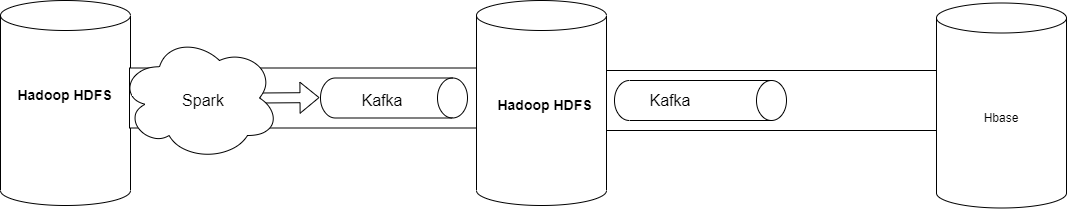
Above: bigdata.png in rihemebh/bigdata-pipeline (draw.io), before the change. Source tidied: cells renumbered, new cells last; positions are measured from the earlier drawing's top-left corner, leaving out a move shared by most shapes. Its diagram source:
```xml
<mxGraphModel>
  <root>
    <mxCell id="0" />
    <mxCell id="1" parent="0" />
    <mxCell id="2" style="shape=cylinder3;whiteSpace=wrap;html=1;boundedLbl=1;backgroundOutline=1;size=15;" parent="1" vertex="1">
      <mxGeometry width="130" height="205" as="geometry" />
    </mxCell>
    <mxCell id="3" style="rounded=0;whiteSpace=wrap;html=1;" parent="1" vertex="1">
      <mxGeometry x="129" y="67.5" width="347" height="60" as="geometry" />
    </mxCell>
    <mxCell id="4" style="shape=cylinder3;whiteSpace=wrap;html=1;boundedLbl=1;backgroundOutline=1;size=15;" parent="1" vertex="1">
      <mxGeometry x="476" width="130" height="205" as="geometry" />
    </mxCell>
    <mxCell id="5" value="&lt;font style=&quot;font-size: 14px;&quot;&gt;&lt;b&gt;Hadoop HDFS&lt;/b&gt;&lt;/font&gt;" style="text;html=1;align=center;verticalAlign=middle;fillColor=none;strokeColor=none;rounded=0;" parent="1" vertex="1">
      <mxGeometry x="9" y="85" width="110" height="20" as="geometry" />
    </mxCell>
    <mxCell id="6" value="&lt;font style=&quot;font-size: 14px;&quot;&gt;&lt;b&gt;Hadoop HDFS&lt;/b&gt;&lt;/font&gt;" style="text;html=1;align=center;verticalAlign=middle;fillColor=none;strokeColor=none;rounded=0;" parent="1" vertex="1">
      <mxGeometry x="489" y="95" width="110" height="20" as="geometry" />
    </mxCell>
    <mxCell id="7" value="&lt;span style=&quot;color: rgba(0, 0, 0, 0); font-family: monospace; font-size: 0px; text-align: start;&quot;&gt;%3CmxGraphModel%3E%3Croot%3E%3CmxCell%20id%3D%220%22%2F%3E%3CmxCell%20id%3D%221%22%20parent%3D%220%22%2F%3E%3CmxCell%20id%3D%222%22%20value%3D%22%22%20style%3D%22shape%3Dcylinder3%3BwhiteSpace%3Dwrap%3Bhtml%3D1%3BboundedLbl%3D1%3BbackgroundOutline%3D1%3Bsize%3D15%3BfontSize%3D16%3Bdirection%3Dsouth%3B%22%20vertex%3D%221%22%20parent%3D%221%22%3E%3CmxGeometry%20x%3D%2264%22%20y%3D%2222.5%22%20width%3D%22147%22%20height%3D%2240%22%20as%3D%22geometry%22%2F%3E%3C%2FmxCell%3E%3C%2Froot%3E%3C%2FmxGraphModel%3E&lt;/span&gt;" style="shape=cylinder3;whiteSpace=wrap;html=1;boundedLbl=1;backgroundOutline=1;size=15;fontSize=16;direction=south;" parent="1" vertex="1">
      <mxGeometry x="320" y="77.5" width="147" height="40" as="geometry" />
    </mxCell>
    <mxCell id="8" value="Kafka" style="text;html=1;strokeColor=none;fillColor=none;align=center;verticalAlign=middle;whiteSpace=wrap;rounded=0;fontSize=16;" parent="1" vertex="1">
      <mxGeometry x="352" y="85" width="60" height="30" as="geometry" />
    </mxCell>
    <mxCell id="9" style="shape=flexArrow;endArrow=classic;html=1;rounded=0;fontSize=16;exitX=0.875;exitY=0.5;exitDx=0;exitDy=0;exitPerimeter=0;" parent="1" edge="1" source="10">
      <mxGeometry relative="1" as="geometry">
        <mxPoint x="319" y="97.1" as="targetPoint" />
      </mxGeometry>
    </mxCell>
    <mxCell id="10" style="ellipse;shape=cloud;whiteSpace=wrap;html=1;" parent="1" vertex="1">
      <mxGeometry x="119" y="35" width="160" height="125" as="geometry" />
    </mxCell>
    <mxCell id="11" value="&lt;font style=&quot;font-size: 16px;&quot;&gt;Spark&lt;/font&gt;" style="text;html=1;strokeColor=none;fillColor=none;align=center;verticalAlign=middle;whiteSpace=wrap;rounded=0;" parent="1" vertex="1">
      <mxGeometry x="173" y="85" width="60" height="30" as="geometry" />
    </mxCell>
    <mxCell id="12" value="Hbase" style="shape=cylinder3;whiteSpace=wrap;html=1;boundedLbl=1;backgroundOutline=1;size=15;" parent="1" vertex="1">
      <mxGeometry x="936" y="2.5" width="130" height="205" as="geometry" />
    </mxCell>
    <mxCell id="13" value="0" style="rounded=0;whiteSpace=wrap;html=1;" parent="1" vertex="1">
      <mxGeometry x="605" y="70" width="330" height="60" as="geometry" />
    </mxCell>
    <mxCell id="14" style="shape=cylinder3;whiteSpace=wrap;html=1;boundedLbl=1;backgroundOutline=1;size=15;fontSize=16;direction=south;" parent="1" vertex="1">
      <mxGeometry x="614" y="80" width="172" height="40" as="geometry" />
    </mxCell>
    <mxCell id="15" value="Kafka" style="text;html=1;strokeColor=none;fillColor=none;align=center;verticalAlign=middle;whiteSpace=wrap;rounded=0;fontSize=16;" parent="1" vertex="1">
      <mxGeometry x="640" y="85" width="60" height="30" as="geometry" />
    </mxCell>
  </root>
</mxGraphModel>
```
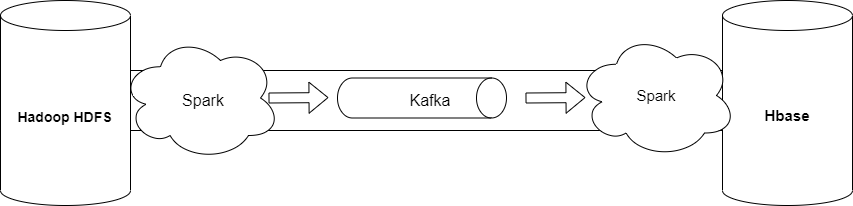
The same diagram one commit later.

What changed in the source:
```diff
@@ -6,45 +6,40 @@
       <mxGeometry width="130" height="205" as="geometry" />
     </mxCell>
     <mxCell id="3" style="rounded=0;whiteSpace=wrap;html=1;" parent="1" vertex="1">
-      <mxGeometry x="129" y="67.5" width="347" height="60" as="geometry" />
+      <mxGeometry x="130" y="70" width="597" height="60" as="geometry" />
     </mxCell>
-    <mxCell id="4" style="shape=cylinder3;whiteSpace=wrap;html=1;boundedLbl=1;backgroundOutline=1;size=15;" parent="1" vertex="1">
-      <mxGeometry x="476" width="130" height="205" as="geometry" />
-    </mxCell>
     <mxCell id="5" value="&lt;font style=&quot;font-size: 14px;&quot;&gt;&lt;b&gt;Hadoop HDFS&lt;/b&gt;&lt;/font&gt;" style="text;html=1;align=center;verticalAlign=middle;fillColor=none;strokeColor=none;rounded=0;" parent="1" vertex="1">
-      <mxGeometry x="9" y="85" width="110" height="20" as="geometry" />
+      <mxGeometry x="9" y="107" width="110" height="20" as="geometry" />
     </mxCell>
-    <mxCell id="6" value="&lt;font style=&quot;font-size: 14px;&quot;&gt;&lt;b&gt;Hadoop HDFS&lt;/b&gt;&lt;/font&gt;" style="text;html=1;align=center;verticalAlign=middle;fillColor=none;strokeColor=none;rounded=0;" parent="1" vertex="1">
-      <mxGeometry x="489" y="95" width="110" height="20" as="geometry" />
-    </mxCell>
     <mxCell id="7" value="&lt;span style=&quot;color: rgba(0, 0, 0, 0); font-family: monospace; font-size: 0px; text-align: start;&quot;&gt;%3CmxGraphModel%3E%3Croot%3E%3CmxCell%20id%3D%220%22%2F%3E%3CmxCell%20id%3D%221%22%20parent%3D%220%22%2F%3E%3CmxCell%20id%3D%222%22%20value%3D%22%22%20style%3D%22shape%3Dcylinder3%3BwhiteSpace%3Dwrap%3Bhtml%3D1%3BboundedLbl%3D1%3BbackgroundOutline%3D1%3Bsize%3D15%3BfontSize%3D16%3Bdirection%3Dsouth%3B%22%20vertex%3D%221%22%20parent%3D%221%22%3E%3CmxGeometry%20x%3D%2264%22%20y%3D%2222.5%22%20width%3D%22147%22%20height%3D%2240%22%20as%3D%22geometry%22%2F%3E%3C%2FmxCell%3E%3C%2Froot%3E%3C%2FmxGraphModel%3E&lt;/span&gt;" style="shape=cylinder3;whiteSpace=wrap;html=1;boundedLbl=1;backgroundOutline=1;size=15;fontSize=16;direction=south;" parent="1" vertex="1">
-      <mxGeometry x="320" y="77.5" width="147" height="40" as="geometry" />
+      <mxGeometry x="337" y="77.5" width="169" height="40" as="geometry" />
     </mxCell>
     <mxCell id="8" value="Kafka" style="text;html=1;strokeColor=none;fillColor=none;align=center;verticalAlign=middle;whiteSpace=wrap;rounded=0;fontSize=16;" parent="1" vertex="1">
-      <mxGeometry x="352" y="85" width="60" height="30" as="geometry" />
+      <mxGeometry x="400" y="85" width="60" height="30" as="geometry" />
     </mxCell>
-    <mxCell id="9" style="shape=flexArrow;endArrow=classic;html=1;rounded=0;fontSize=16;exitX=0.875;exitY=0.5;exitDx=0;exitDy=0;exitPerimeter=0;" parent="1" edge="1" source="10">
+    <mxCell id="9" style="shape=flexArrow;endArrow=classic;html=1;rounded=0;fontSize=16;exitX=0.875;exitY=0.5;exitDx=0;exitDy=0;exitPerimeter=0;" parent="1" edge="1">
       <mxGeometry relative="1" as="geometry">
-        <mxPoint x="319" y="97.1" as="targetPoint" />
+        <mxPoint x="268" y="97.5" as="sourcePoint" />
+        <mxPoint x="328" y="97.1" as="targetPoint" />
       </mxGeometry>
     </mxCell>
     <mxCell id="10" style="ellipse;shape=cloud;whiteSpace=wrap;html=1;" parent="1" vertex="1">
-      <mxGeometry x="119" y="35" width="160" height="125" as="geometry" />
+      <mxGeometry x="120" y="35" width="160" height="125" as="geometry" />
     </mxCell>
     <mxCell id="11" value="&lt;font style=&quot;font-size: 16px;&quot;&gt;Spark&lt;/font&gt;" style="text;html=1;strokeColor=none;fillColor=none;align=center;verticalAlign=middle;whiteSpace=wrap;rounded=0;" parent="1" vertex="1">
       <mxGeometry x="173" y="85" width="60" height="30" as="geometry" />
     </mxCell>
-    <mxCell id="12" value="Hbase" style="shape=cylinder3;whiteSpace=wrap;html=1;boundedLbl=1;backgroundOutline=1;size=15;" parent="1" vertex="1">
-      <mxGeometry x="936" y="2.5" width="130" height="205" as="geometry" />
+    <mxCell id="12" value="&lt;font style=&quot;font-size: 15px;&quot;&gt;&lt;b&gt;Hbase&lt;/b&gt;&lt;/font&gt;" style="shape=cylinder3;whiteSpace=wrap;html=1;boundedLbl=1;backgroundOutline=1;size=15;" parent="1" vertex="1">
+      <mxGeometry x="722" width="130" height="205" as="geometry" />
     </mxCell>
-    <mxCell id="13" value="0" style="rounded=0;whiteSpace=wrap;html=1;" parent="1" vertex="1">
-      <mxGeometry x="605" y="70" width="330" height="60" as="geometry" />
-    </mxCell>
-    <mxCell id="14" style="shape=cylinder3;whiteSpace=wrap;html=1;boundedLbl=1;backgroundOutline=1;size=15;fontSize=16;direction=south;" parent="1" vertex="1">
-      <mxGeometry x="614" y="80" width="172" height="40" as="geometry" />
-    </mxCell>
-    <mxCell id="15" value="Kafka" style="text;html=1;strokeColor=none;fillColor=none;align=center;verticalAlign=middle;whiteSpace=wrap;rounded=0;fontSize=16;" parent="1" vertex="1">
-      <mxGeometry x="640" y="85" width="60" height="30" as="geometry" />
-    </mxCell>
+    <mxCell id="16" style="shape=flexArrow;endArrow=classic;html=1;rounded=0;fontSize=16;exitX=0.875;exitY=0.5;exitDx=0;exitDy=0;exitPerimeter=0;" parent="1" edge="1">
+      <mxGeometry relative="1" as="geometry">
+        <mxPoint x="525" y="97.5" as="sourcePoint" />
+        <mxPoint x="585" y="97.1" as="targetPoint" />
+      </mxGeometry>
+    </mxCell>
+    <mxCell id="17" value="&lt;font style=&quot;font-size: 15px;&quot;&gt;Spark&lt;/font&gt;" style="ellipse;shape=cloud;whiteSpace=wrap;html=1;" parent="1" vertex="1">
+      <mxGeometry x="576" y="32.5" width="160" height="125" as="geometry" />
+    </mxCell>
   </root>
 </mxGraphModel>
```
